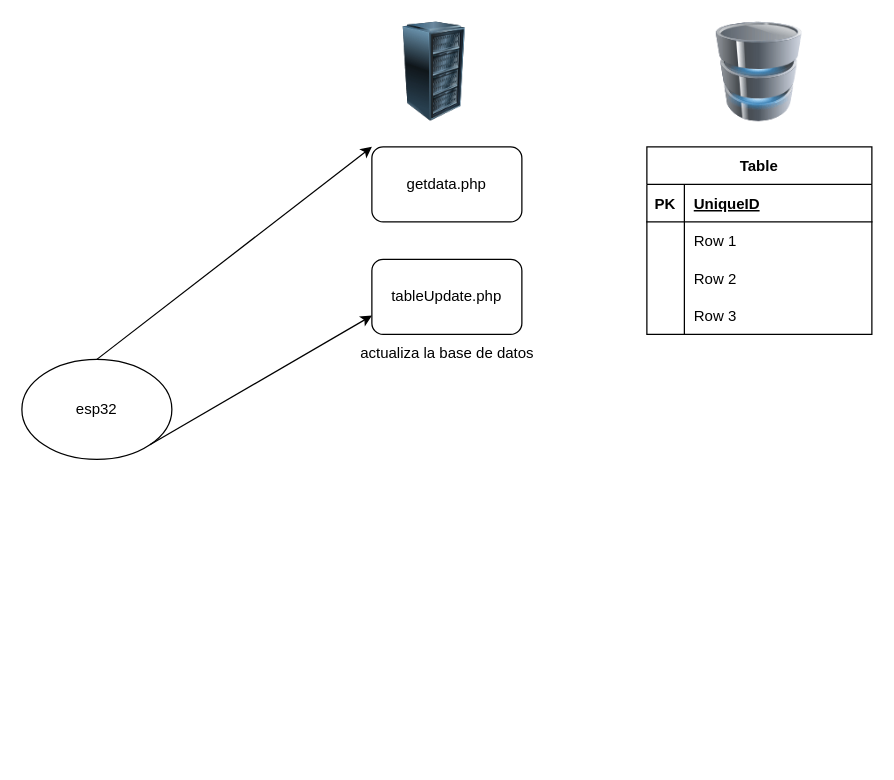
Earlier version of the draw.io diagram AAESTACIONM-MASTER-ASUBIR/draw.drawio (psiconervio/Esp32-Dashboard-Simplificado). Source tidied: cells renumbered, new cells numbered last; positions are measured from the earlier drawing's top-left corner, leaving out a move shared by most shapes. Both pictures are drawn from the tidied source at 125%, with x=0, y=0 at pixel (21, 21).
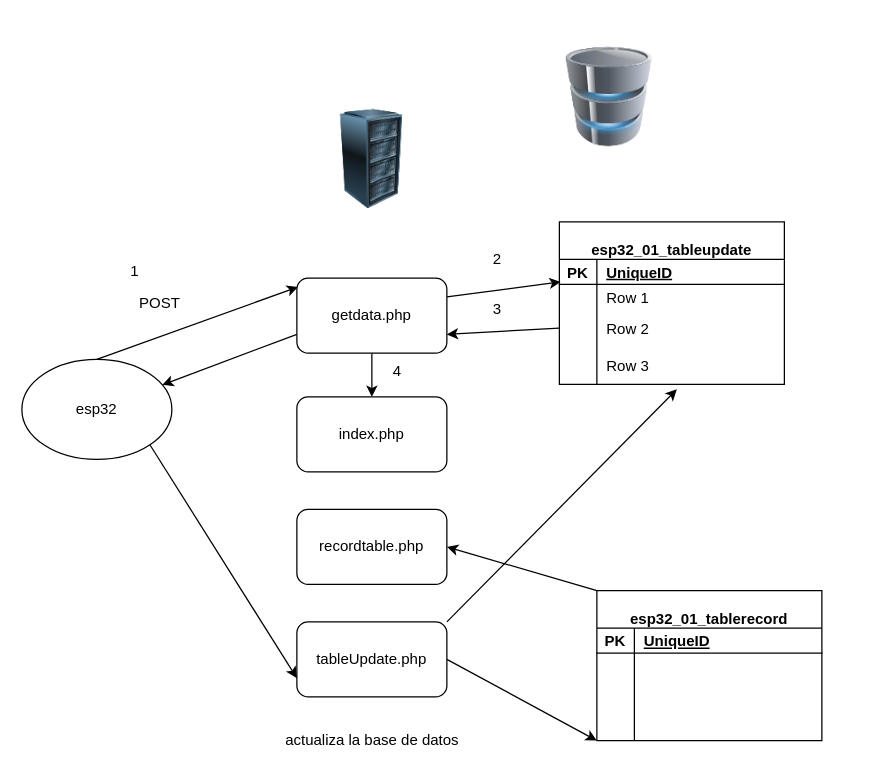
The same diagram, later.

The change refers to these unchanged cells:
```xml
<mxCell id="2" value="esp32" style="ellipse;whiteSpace=wrap;html=1;" parent="1" vertex="1">
  <mxGeometry y="270" width="120" height="80" as="geometry" />
</mxCell>
```

Diff of the diagram source:
```diff
@@
+    <mxCell id="9" style="edgeStyle=none;html=1;exitX=0.5;exitY=0;exitDx=0;exitDy=0;entryX=0.008;entryY=0.117;entryDx=0;entryDy=0;entryPerimeter=0;" parent="1" edge="1" source="2" target="3">
+      <mxGeometry relative="1" as="geometry" />
+    </mxCell>
@@
+    <mxCell id="23" style="edgeStyle=none;html=1;exitX=0.5;exitY=1;exitDx=0;exitDy=0;" parent="1" edge="1" source="3" target="53">
+      <mxGeometry relative="1" as="geometry" />
+    </mxCell>
+    <mxCell id="24" style="edgeStyle=none;html=1;exitX=0;exitY=0.75;exitDx=0;exitDy=0;" parent="1" edge="1" source="3" target="2">
+      <mxGeometry relative="1" as="geometry" />
+    </mxCell>
+    <mxCell id="25" style="edgeStyle=none;html=1;exitX=1;exitY=0.25;exitDx=0;exitDy=0;entryX=0.006;entryY=-0.1;entryDx=0;entryDy=0;entryPerimeter=0;" parent="1" edge="1" source="3" target="46">
+      <mxGeometry relative="1" as="geometry" />
+    </mxCell>
     <mxCell id="3" value="getdata.php" style="rounded=1;whiteSpace=wrap;html=1;" parent="1" vertex="1">
-      <mxGeometry x="280" y="100" width="120" height="60" as="geometry" />
+      <mxGeometry x="220" y="205" width="120" height="60" as="geometry" />
     </mxCell>
+    <mxCell id="26" style="edgeStyle=none;html=1;exitX=1;exitY=0;exitDx=0;exitDy=0;entryX=0.522;entryY=1.133;entryDx=0;entryDy=0;entryPerimeter=0;" parent="1" edge="1" source="4" target="50">
+      <mxGeometry relative="1" as="geometry" />
+    </mxCell>
+    <mxCell id="27" style="edgeStyle=none;html=1;exitX=1;exitY=0.5;exitDx=0;exitDy=0;entryX=0;entryY=1;entryDx=0;entryDy=0;" parent="1" edge="1" source="4" target="30">
+      <mxGeometry relative="1" as="geometry" />
+    </mxCell>
     <mxCell id="4" value="tableUpdate.php" style="rounded=1;whiteSpace=wrap;html=1;" parent="1" vertex="1">
-      <mxGeometry x="280" y="190" width="120" height="60" as="geometry" />
+      <mxGeometry x="220" y="480" width="120" height="60" as="geometry" />
     </mxCell>
     <mxCell id="5" style="image;html=1;image=img/lib/clip_art/computers/Server_Rack_128x128.png;" parent="1" vertex="1">
-      <mxGeometry x="290" width="80" height="80" as="geometry" />
+      <mxGeometry x="240" y="70" width="80" height="80" as="geometry" />
     </mxCell>
     <mxCell id="6" value="actualiza la base de datos&lt;br&gt;" style="text;html=1;align=center;verticalAlign=middle;strokeColor=none;fillColor=none;" parent="1" vertex="1">
-      <mxGeometry x="260" y="250" width="160" height="30" as="geometry" />
+      <mxGeometry x="200" y="560" width="160" height="30" as="geometry" />
     </mxCell>
@@
     <mxCell id="8" style="image;html=1;image=img/lib/clip_art/computers/Database_128x128.png;" parent="1" vertex="1">
-      <mxGeometry x="550" width="80" height="80" as="geometry" />
+      <mxGeometry x="430" y="20" width="80" height="80" as="geometry" />
     </mxCell>
-    <mxCell id="9" style="endArrow=classic;html=1;entryX=0;entryY=0;entryDx=0;entryDy=0;exitX=0.5;exitY=0;exitDx=0;exitDy=0;" parent="1" edge="1" source="2" target="3">
-      <mxGeometry relative="1" as="geometry" />
-    </mxCell>
-    <mxCell id="10" value="Table" style="shape=table;startSize=30;childLayout=tableLayout;rowLines=0;fontStyle=1;align=center;" parent="1" vertex="1">
-      <mxGeometry x="500" y="100" width="180" height="150" as="geometry" />
-    </mxCell>
-    <mxCell id="11" style="shape=tableRow;horizontal=0;startSize=0;swimlaneHead=0;swimlaneBody=0;fillColor=none;top=0;left=0;right=0;bottom=1;" parent="10" vertex="1">
-      <mxGeometry y="30" width="180" height="30" as="geometry" />
-    </mxCell>
-    <mxCell id="12" value="PK" style="shape=partialRectangle;fillColor=none;top=0;left=0;bottom=0;right=0;fontStyle=1;overflow=hidden;" parent="11" vertex="1">
-      <mxGeometry width="30" height="30" as="geometry" />
-    </mxCell>
-    <mxCell id="13" value="UniqueID" style="shape=partialRectangle;fillColor=none;top=0;left=0;bottom=0;right=0;align=left;spacingLeft=6;fontStyle=5;overflow=hidden;" parent="11" vertex="1">
-      <mxGeometry x="30" width="150" height="30" as="geometry" />
-    </mxCell>
-    <mxCell id="14" style="shape=tableRow;horizontal=0;startSize=0;swimlaneHead=0;swimlaneBody=0;fillColor=none;top=0;left=0;right=0;bottom=0;" parent="10" vertex="1">
-      <mxGeometry y="60" width="180" height="30" as="geometry" />
-    </mxCell>
-    <mxCell id="15" style="shape=partialRectangle;fillColor=none;top=0;left=0;bottom=0;right=0;overflow=hidden;" parent="14" vertex="1">
-      <mxGeometry width="30" height="30" as="geometry" />
-    </mxCell>
+    <mxCell id="28" value="POST" style="text;html=1;align=center;verticalAlign=middle;strokeColor=none;fillColor=none;" parent="1" vertex="1">
+      <mxGeometry x="80" y="210" width="60" height="30" as="geometry" />
+    </mxCell>
+    <mxCell id="29" style="edgeStyle=none;html=1;exitX=0;exitY=0;exitDx=0;exitDy=0;entryX=1;entryY=0.5;entryDx=0;entryDy=0;" parent="1" edge="1" source="30" target="52">
+      <mxGeometry relative="1" as="geometry" />
+    </mxCell>
+    <mxCell id="30" value="&#10;esp32_01_tablerecord" style="shape=table;startSize=30;childLayout=tableLayout;rowLines=0;fontStyle=1;align=center;" parent="1" vertex="1">
+      <mxGeometry x="460" y="455" width="180" height="120" as="geometry" />
+    </mxCell>
+    <mxCell id="31" style="shape=tableRow;horizontal=0;startSize=0;swimlaneHead=0;swimlaneBody=0;fillColor=none;top=0;left=0;right=0;bottom=1;" parent="30" vertex="1">
+      <mxGeometry y="30" width="180" height="20" as="geometry" />
+    </mxCell>
+    <mxCell id="32" value="PK" style="shape=partialRectangle;fillColor=none;top=0;left=0;bottom=0;right=0;fontStyle=1;overflow=hidden;" parent="31" vertex="1">
+      <mxGeometry width="30" height="20" as="geometry" />
+    </mxCell>
+    <mxCell id="33" value="UniqueID" style="shape=partialRectangle;fillColor=none;top=0;left=0;bottom=0;right=0;align=left;spacingLeft=6;fontStyle=5;overflow=hidden;" parent="31" vertex="1">
+      <mxGeometry x="30" width="150" height="20" as="geometry" />
+    </mxCell>
+    <mxCell id="34" style="shape=tableRow;horizontal=0;startSize=0;swimlaneHead=0;swimlaneBody=0;fillColor=none;top=0;left=0;right=0;bottom=0;" parent="30" vertex="1">
+      <mxGeometry y="50" width="180" height="20" as="geometry" />
+    </mxCell>
+    <mxCell id="35" style="shape=partialRectangle;fillColor=none;top=0;left=0;bottom=0;right=0;overflow=hidden;" parent="34" vertex="1">
+      <mxGeometry width="30" height="20" as="geometry" />
+    </mxCell>
+    <mxCell id="36" style="shape=partialRectangle;fillColor=none;top=0;left=0;bottom=0;right=0;align=left;spacingLeft=6;overflow=hidden;" parent="34" vertex="1">
+      <mxGeometry x="30" width="150" height="20" as="geometry" />
+    </mxCell>
+    <mxCell id="37" style="shape=tableRow;horizontal=0;startSize=0;swimlaneHead=0;swimlaneBody=0;fillColor=none;top=0;left=0;right=0;bottom=0;" parent="30" vertex="1">
+      <mxGeometry y="70" width="180" height="20" as="geometry" />
+    </mxCell>
+    <mxCell id="38" style="shape=partialRectangle;fillColor=none;top=0;left=0;bottom=0;right=0;overflow=hidden;" parent="37" vertex="1">
+      <mxGeometry width="30" height="20" as="geometry" />
+    </mxCell>
+    <mxCell id="39" style="shape=partialRectangle;fillColor=none;top=0;left=0;bottom=0;right=0;align=left;spacingLeft=6;overflow=hidden;" parent="37" vertex="1">
+      <mxGeometry x="30" width="150" height="20" as="geometry" />
+    </mxCell>
+    <mxCell id="17" style="shape=tableRow;horizontal=0;startSize=0;swimlaneHead=0;swimlaneBody=0;fillColor=none;top=0;left=0;right=0;bottom=0;" parent="30" vertex="1">
+      <mxGeometry y="90" width="180" height="30" as="geometry" />
+    </mxCell>
+    <mxCell id="40" style="shape=partialRectangle;fillColor=none;top=0;left=0;bottom=0;right=0;overflow=hidden;" parent="17" vertex="1">
+      <mxGeometry width="30" height="30" as="geometry" />
+    </mxCell>
+    <mxCell id="41" style="shape=partialRectangle;fillColor=none;top=0;left=0;bottom=0;right=0;align=left;spacingLeft=6;overflow=hidden;" parent="17" vertex="1">
+      <mxGeometry x="30" width="150" height="30" as="geometry" />
+    </mxCell>
+    <mxCell id="42" value="&#10;esp32_01_tableupdate" style="shape=table;startSize=30;childLayout=tableLayout;rowLines=0;fontStyle=1;align=center;" parent="1" vertex="1">
+      <mxGeometry x="430" y="160" width="180" height="130" as="geometry" />
+    </mxCell>
+    <mxCell id="43" style="shape=tableRow;horizontal=0;startSize=0;swimlaneHead=0;swimlaneBody=0;fillColor=none;top=0;left=0;right=0;bottom=1;" parent="42" vertex="1">
+      <mxGeometry y="30" width="180" height="20" as="geometry" />
+    </mxCell>
+    <mxCell id="44" value="PK" style="shape=partialRectangle;fillColor=none;top=0;left=0;bottom=0;right=0;fontStyle=1;overflow=hidden;" parent="43" vertex="1">
+      <mxGeometry width="30" height="20" as="geometry" />
+    </mxCell>
+    <mxCell id="45" value="UniqueID" style="shape=partialRectangle;fillColor=none;top=0;left=0;bottom=0;right=0;align=left;spacingLeft=6;fontStyle=5;overflow=hidden;" parent="43" vertex="1">
+      <mxGeometry x="30" width="150" height="20" as="geometry" />
+    </mxCell>
+    <mxCell id="46" style="shape=tableRow;horizontal=0;startSize=0;swimlaneHead=0;swimlaneBody=0;fillColor=none;points=[[0,0.5],[1,0.5]];portConstraint=eastwest;top=0;left=0;right=0;bottom=0;" parent="42" vertex="1">
+      <mxGeometry y="50" width="180" height="20" as="geometry" />
+    </mxCell>
+    <mxCell id="47" style="shape=partialRectangle;fillColor=none;top=0;left=0;bottom=0;right=0;overflow=hidden;" parent="46" vertex="1">
+      <mxGeometry width="30" height="20" as="geometry" />
+    </mxCell>
-    <mxCell id="16" value="Row 1" style="shape=partialRectangle;fillColor=none;top=0;left=0;bottom=0;right=0;align=left;spacingLeft=6;overflow=hidden;" parent="14" vertex="1">
-      <mxGeometry x="30" width="150" height="30" as="geometry" />
+    <mxCell id="16" value="Row 1" style="shape=partialRectangle;fillColor=none;top=0;left=0;bottom=0;right=0;align=left;spacingLeft=6;overflow=hidden;" parent="46" vertex="1">
+      <mxGeometry x="30" width="150" height="20" as="geometry" />
     </mxCell>
-    <mxCell id="17" style="shape=tableRow;horizontal=0;startSize=0;swimlaneHead=0;swimlaneBody=0;fillColor=none;top=0;left=0;right=0;bottom=0;" parent="10" vertex="1">
-      <mxGeometry y="90" width="180" height="30" as="geometry" />
-    </mxCell>
-    <mxCell id="18" style="shape=partialRectangle;fillColor=none;top=0;left=0;bottom=0;right=0;overflow=hidden;" parent="17" vertex="1">
-      <mxGeometry width="30" height="30" as="geometry" />
-    </mxCell>
+    <mxCell id="48" style="shape=tableRow;horizontal=0;startSize=0;swimlaneHead=0;swimlaneBody=0;fillColor=none;points=[[0,0.5],[1,0.5]];portConstraint=eastwest;top=0;left=0;right=0;bottom=0;" parent="42" vertex="1">
+      <mxGeometry y="70" width="180" height="30" as="geometry" />
+    </mxCell>
+    <mxCell id="49" style="shape=partialRectangle;fillColor=none;top=0;left=0;bottom=0;right=0;overflow=hidden;" parent="48" vertex="1">
+      <mxGeometry width="30" height="30" as="geometry" />
+    </mxCell>
-    <mxCell id="19" value="Row 2" style="shape=partialRectangle;fillColor=none;top=0;left=0;bottom=0;right=0;align=left;spacingLeft=6;overflow=hidden;" parent="17" vertex="1">
+    <mxCell id="19" value="Row 2" style="shape=partialRectangle;fillColor=none;top=0;left=0;bottom=0;right=0;align=left;spacingLeft=6;overflow=hidden;" parent="48" vertex="1">
       <mxGeometry x="30" width="150" height="30" as="geometry" />
     </mxCell>
-    <mxCell id="20" style="shape=tableRow;horizontal=0;startSize=0;swimlaneHead=0;swimlaneBody=0;fillColor=none;top=0;left=0;right=0;bottom=0;" parent="10" vertex="1">
-      <mxGeometry y="120" width="180" height="30" as="geometry" />
-    </mxCell>
-    <mxCell id="21" style="shape=partialRectangle;fillColor=none;top=0;left=0;bottom=0;right=0;overflow=hidden;" parent="20" vertex="1">
-      <mxGeometry width="30" height="30" as="geometry" />
-    </mxCell>
+    <mxCell id="50" style="shape=tableRow;horizontal=0;startSize=0;swimlaneHead=0;swimlaneBody=0;fillColor=none;points=[[0,0.5],[1,0.5]];portConstraint=eastwest;top=0;left=0;right=0;bottom=0;" parent="42" vertex="1">
+      <mxGeometry y="100" width="180" height="30" as="geometry" />
+    </mxCell>
+    <mxCell id="51" style="shape=partialRectangle;fillColor=none;top=0;left=0;bottom=0;right=0;overflow=hidden;" parent="50" vertex="1">
+      <mxGeometry width="30" height="30" as="geometry" />
+    </mxCell>
-    <mxCell id="22" value="Row 3" style="shape=partialRectangle;fillColor=none;top=0;left=0;bottom=0;right=0;align=left;spacingLeft=6;overflow=hidden;" parent="20" vertex="1">
+    <mxCell id="22" value="Row 3" style="shape=partialRectangle;fillColor=none;top=0;left=0;bottom=0;right=0;align=left;spacingLeft=6;overflow=hidden;" parent="50" vertex="1">
       <mxGeometry x="30" width="150" height="30" as="geometry" />
     </mxCell>
+    <mxCell id="52" value="recordtable.php" style="rounded=1;whiteSpace=wrap;html=1;" parent="1" vertex="1">
+      <mxGeometry x="220" y="390" width="120" height="60" as="geometry" />
+    </mxCell>
+    <mxCell id="53" value="index.php" style="rounded=1;whiteSpace=wrap;html=1;" parent="1" vertex="1">
+      <mxGeometry x="220" y="300" width="120" height="60" as="geometry" />
+    </mxCell>
+    <mxCell id="54" style="edgeStyle=none;html=1;exitX=0;exitY=0.5;exitDx=0;exitDy=0;entryX=1;entryY=0.75;entryDx=0;entryDy=0;" parent="1" edge="1" source="48" target="3">
+      <mxGeometry relative="1" as="geometry" />
+    </mxCell>
+    <mxCell id="55" value="1" style="text;html=1;align=center;verticalAlign=middle;strokeColor=none;fillColor=none;" parent="1" vertex="1">
+      <mxGeometry x="75" y="185" width="30" height="30" as="geometry" />
+    </mxCell>
+    <mxCell id="56" value="2" style="text;html=1;align=center;verticalAlign=middle;strokeColor=none;fillColor=none;" parent="1" vertex="1">
+      <mxGeometry x="365" y="175" width="30" height="30" as="geometry" />
+    </mxCell>
+    <mxCell id="57" value="3" style="text;html=1;align=center;verticalAlign=middle;strokeColor=none;fillColor=none;" parent="1" vertex="1">
+      <mxGeometry x="365" y="215" width="30" height="30" as="geometry" />
+    </mxCell>
+    <mxCell id="58" value="4" style="text;html=1;align=center;verticalAlign=middle;strokeColor=none;fillColor=none;" parent="1" vertex="1">
+      <mxGeometry x="285" y="265" width="30" height="30" as="geometry" />
+    </mxCell>
```
